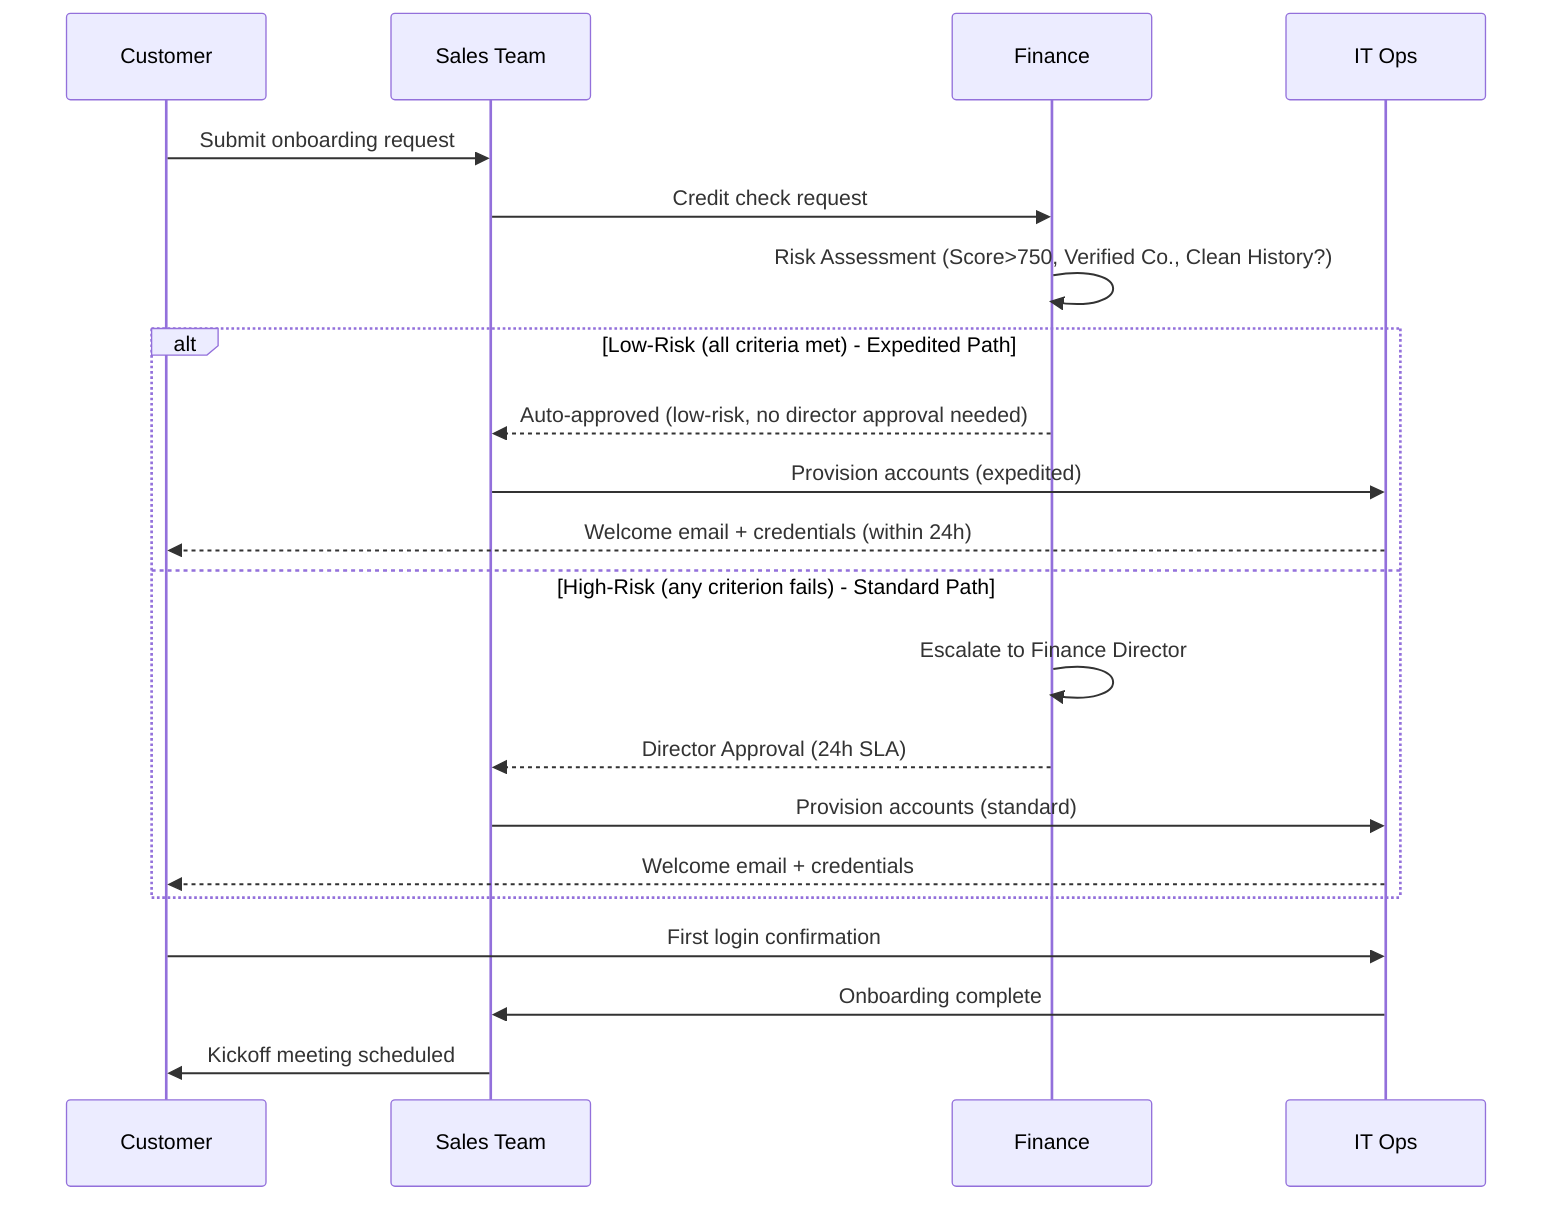
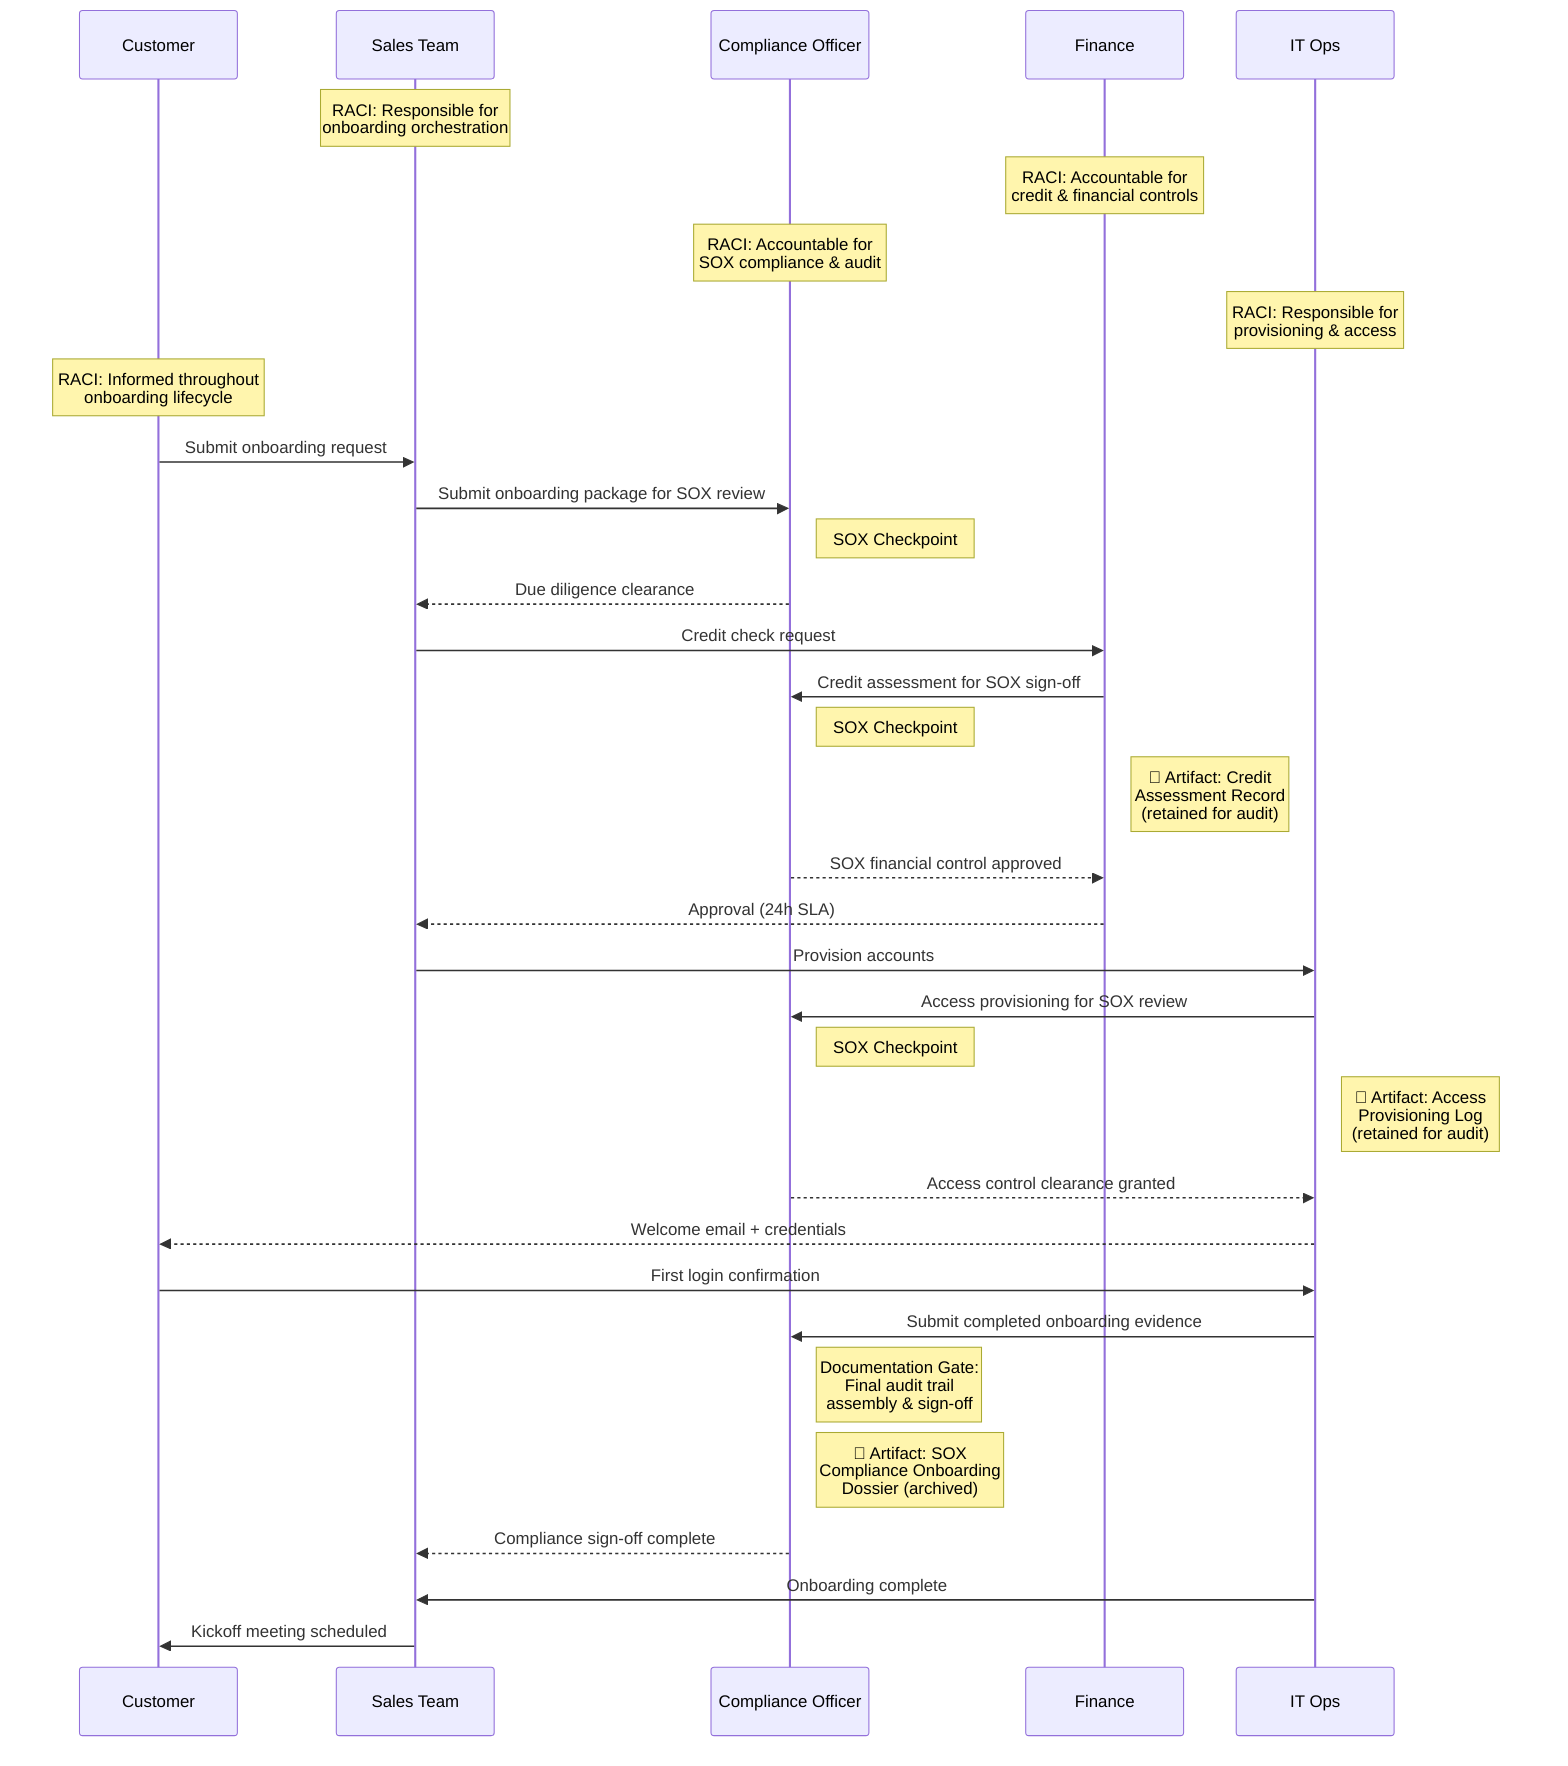
sequenceDiagram
    participant C as Customer
    participant S as Sales Team
+     participant CO as Compliance Officer
    participant F as Finance
    participant IT as IT Ops

+     %% ⚡ CHANGED SECTION - RACI annotations via notes
+     note over S: RACI: Responsible for<br/>onboarding orchestration
+     note over F: RACI: Accountable for<br/>credit & financial controls
+     note over CO: RACI: Accountable for<br/>SOX compliance & audit
+     note over IT: RACI: Responsible for<br/>provisioning & access
+     note over C: RACI: Informed throughout<br/>onboarding lifecycle
+ 
    C->>S: Submit onboarding request
+ 
+     %% ⚡ CHANGED SECTION - SOX control: request documentation gate
+     S->>CO: Submit onboarding package for SOX review
+     note right of CO: SOX Checkpoint #1:<br/>Customer due diligence<br/>& request validation
+     CO-->>S: Due diligence clearance
+ 
    S->>F: Credit check request
-     %% ⚡ CHANGED SECTION - Risk assessment and expedited path
-     F->>F: Risk Assessment (Score>750, Verified Co., Clean History?)
-     alt Low-Risk (all criteria met) - Expedited Path
-         F-->>S: Auto-approved (low-risk, no director approval needed)
-         S->>IT: Provision accounts (expedited)
-         IT-->>C: Welcome email + credentials (within 24h)
-     else High-Risk (any criterion fails) - Standard Path
-         F->>F: Escalate to Finance Director
-         F-->>S: Director Approval (24h SLA)
-         S->>IT: Provision accounts (standard)
-         IT-->>C: Welcome email + credentials
-     end
-     %% ⚡ END CHANGED SECTION
+ 
+     %% ⚡ CHANGED SECTION - SOX control: financial approval documentation
+     F->>CO: Credit assessment for SOX sign-off
+     note right of CO: SOX Checkpoint #2:<br/>Financial control<br/>verification (SOX 404)
+     note right of F: 📄 Artifact: Credit<br/>Assessment Record<br/>(retained for audit)
+     CO-->>F: SOX financial control approved
+ 
+     F-->>S: Approval (24h SLA)
+ 
+     S->>IT: Provision accounts
+ 
+     %% ⚡ CHANGED SECTION - SOX control: access provisioning review
+     IT->>CO: Access provisioning for SOX review
+     note right of CO: SOX Checkpoint #3:<br/>Access control &<br/>segregation of duties<br/>review (SOX IT GC)
+     note right of IT: 📄 Artifact: Access<br/>Provisioning Log<br/>(retained for audit)
+     CO-->>IT: Access control clearance granted
+ 
+     IT-->>C: Welcome email + credentials
    C->>IT: First login confirmation
+ 
+     %% ⚡ CHANGED SECTION - Final documentation gate
+     IT->>CO: Submit completed onboarding evidence
+     note right of CO: Documentation Gate:<br/>Final audit trail<br/>assembly & sign-off
+     note right of CO: 📄 Artifact: SOX<br/>Compliance Onboarding<br/>Dossier (archived)
+     CO-->>S: Compliance sign-off complete
+ 
    IT->>S: Onboarding complete
    S->>C: Kickoff meeting scheduled

%% EXPLANATION:
- %% Added a risk assessment step within Finance after the credit check request. An alt/else block splits the flow: low-risk customers (credit score >750, verified company status, no payment history issues) receive automatic approval and proceed directly to expedited account provisioning, while high-risk customers are escalated to the Finance Director for approval under the existing 24h SLA before standard provisioning. Both paths converge at the customer's first login confirmation.+ %% Added a Compliance Officer participant to perform three SOX checkpoints: (1) due diligence validation before credit check, (2) financial control verification after credit assessment per SOX 404, and (3) access control and segregation-of-duties review before provisioning completes. RACI annotations were added as notes over each participant to clarify accountability. Documentation artifacts (Credit Assessment Record, Access Provisioning Log, SOX Compliance Onboarding Dossier) are attached as note annotations rather than inline flow steps, preserving the main sequence while making audit trail requirements visible. A final documentation gate ensures the Compliance Officer assembles and signs off on the complete evidence package before onboarding is declared complete.